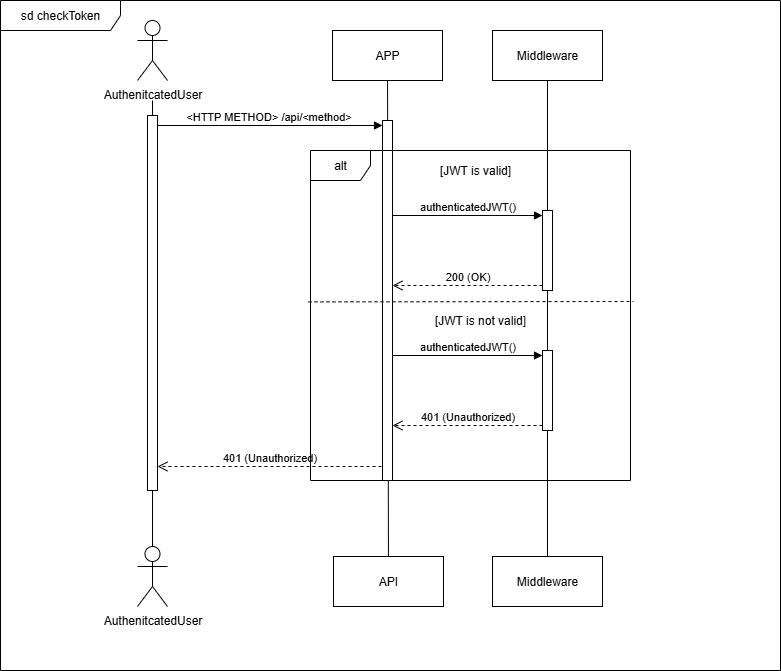
Above: public/SequenceDiagram-checkToken.png in teampa-25/core (draw.io), before the change. Source tidied: cells renumbered, new cells last; positions are measured from the earlier drawing's top-left corner, leaving out a move shared by most shapes. The source it was exported from:
```xml
<mxGraphModel>
  <root>
    <mxCell id="0" />
    <mxCell id="1" parent="0" />
    <mxCell id="2" value="AuthenitcatedUser" style="shape=umlActor;verticalLabelPosition=bottom;verticalAlign=top;html=1;" parent="1" vertex="1">
      <mxGeometry x="137" y="20" width="30" height="60" as="geometry" />
    </mxCell>
    <mxCell id="3" style="rounded=0;jettySize=auto;html=1;endArrow=none;endFill=0;" parent="1" edge="1" source="4" target="9">
      <mxGeometry relative="1" as="geometry" />
    </mxCell>
    <mxCell id="4" value="APP" style="html=1;whiteSpace=wrap;" parent="1" vertex="1">
      <mxGeometry x="332" y="30" width="110" height="50" as="geometry" />
    </mxCell>
    <mxCell id="5" style="rounded=0;jettySize=auto;html=1;endArrow=none;endFill=0;" parent="1" edge="1" source="23" target="10">
      <mxGeometry relative="1" as="geometry" />
    </mxCell>
    <mxCell id="6" value="Middleware" style="html=1;whiteSpace=wrap;" parent="1" vertex="1">
      <mxGeometry x="492" y="30" width="110" height="50" as="geometry" />
    </mxCell>
    <mxCell id="7" value="AuthenitcatedUser" style="shape=umlActor;verticalLabelPosition=bottom;verticalAlign=top;html=1;" parent="1" vertex="1">
      <mxGeometry x="137" y="546" width="30" height="60" as="geometry" />
    </mxCell>
    <mxCell id="8" style="rounded=0;jettySize=auto;html=1;endArrow=none;endFill=0;entryX=0.5;entryY=0;entryDx=0;entryDy=0;entryPerimeter=0;exitX=0.5;exitY=0.962;exitDx=0;exitDy=0;exitPerimeter=0;" parent="1" edge="1" source="14" target="7">
      <mxGeometry relative="1" as="geometry" />
    </mxCell>
    <mxCell id="9" value="API" style="html=1;whiteSpace=wrap;" parent="1" vertex="1">
      <mxGeometry x="333" y="556" width="110" height="50" as="geometry" />
    </mxCell>
    <mxCell id="10" value="Middleware" style="html=1;whiteSpace=wrap;" parent="1" vertex="1">
      <mxGeometry x="492" y="556" width="110" height="50" as="geometry" />
    </mxCell>
    <mxCell id="11" style="html=1;points=[[0,0,0,0,5],[0,1,0,0,-5],[1,0,0,0,5],[1,1,0,0,-5]];perimeter=orthogonalPerimeter;outlineConnect=0;targetShapes=umlLifeline;portConstraint=eastwest;newEdgeStyle={&quot;curved&quot;:0,&quot;rounded&quot;:0};" parent="1" vertex="1">
      <mxGeometry x="382" y="120" width="10" height="360" as="geometry" />
    </mxCell>
    <mxCell id="12" value="&amp;lt;HTTP METHOD&amp;gt; /api/&amp;lt;method&amp;gt;" style="html=1;verticalAlign=bottom;endArrow=block;curved=0;rounded=0;entryX=0;entryY=0;entryDx=0;entryDy=5;" parent="1" edge="1" target="11">
      <mxGeometry relative="1" as="geometry">
        <mxPoint x="153" y="125" as="sourcePoint" />
      </mxGeometry>
    </mxCell>
    <mxCell id="13" style="rounded=0;jettySize=auto;html=1;endArrow=none;endFill=0;entryX=0.5;entryY=0;entryDx=0;entryDy=0;entryPerimeter=0;" parent="1" edge="1" target="14">
      <mxGeometry relative="1" as="geometry">
        <mxPoint x="152" y="100" as="sourcePoint" />
      </mxGeometry>
    </mxCell>
    <mxCell id="14" style="html=1;points=[[0,0,0,0,5],[0,1,0,0,-5],[1,0,0,0,5],[1,1,0,0,-5]];perimeter=orthogonalPerimeter;outlineConnect=0;targetShapes=umlLifeline;portConstraint=eastwest;newEdgeStyle={&quot;curved&quot;:0,&quot;rounded&quot;:0};" parent="1" vertex="1">
      <mxGeometry x="147" y="115" width="10" height="375" as="geometry" />
    </mxCell>
    <mxCell id="15" value="401 (Unauthorized)" style="html=1;verticalAlign=bottom;endArrow=open;dashed=1;endSize=8;curved=0;rounded=0;" parent="1" edge="1" target="14">
      <mxGeometry relative="1" as="geometry">
        <mxPoint x="381" y="466" as="sourcePoint" />
      </mxGeometry>
    </mxCell>
    <mxCell id="16" value="alt" style="shape=umlFrame;whiteSpace=wrap;html=1;" parent="1" vertex="1">
      <mxGeometry x="310" y="150" width="320" height="330" as="geometry" />
    </mxCell>
    <mxCell id="17" value="[JWT is valid]" style="text;html=1;align=center;verticalAlign=middle;whiteSpace=wrap;rounded=0;" parent="1" vertex="1">
      <mxGeometry x="430" y="160" width="90" height="20" as="geometry" />
    </mxCell>
    <mxCell id="18" value="[JWT is not valid]" style="text;html=1;align=center;verticalAlign=middle;whiteSpace=wrap;rounded=0;" parent="1" vertex="1">
      <mxGeometry x="430" y="310" width="100" height="20" as="geometry" />
    </mxCell>
    <mxCell id="19" style="endArrow=none;dashed=1;html=1;rounded=0;exitX=0;exitY=0.522;exitDx=0;exitDy=0;exitPerimeter=0;" parent="1" edge="1">
      <mxGeometry relative="1" as="geometry">
        <mxPoint x="308" y="301.4" as="sourcePoint" />
        <mxPoint x="633" y="301" as="targetPoint" />
      </mxGeometry>
    </mxCell>
    <mxCell id="20" value="authenticatedJWT()" style="html=1;verticalAlign=bottom;endArrow=block;curved=0;rounded=0;entryX=0;entryY=0;entryDx=0;entryDy=5;" parent="1" edge="1" target="23">
      <mxGeometry relative="1" as="geometry">
        <mxPoint x="392" y="215" as="sourcePoint" />
      </mxGeometry>
    </mxCell>
    <mxCell id="21" value="200 (OK)" style="html=1;verticalAlign=bottom;endArrow=open;dashed=1;endSize=8;curved=0;rounded=0;exitX=0;exitY=1;exitDx=0;exitDy=-5;" parent="1" edge="1" source="23">
      <mxGeometry relative="1" as="geometry">
        <mxPoint x="392" y="285" as="targetPoint" />
      </mxGeometry>
    </mxCell>
    <mxCell id="22" style="rounded=0;jettySize=auto;html=1;endArrow=none;endFill=0;" parent="1" edge="1" source="6" target="23">
      <mxGeometry relative="1" as="geometry" />
    </mxCell>
    <mxCell id="23" style="html=1;points=[[0,0,0,0,5],[0,1,0,0,-5],[1,0,0,0,5],[1,1,0,0,-5]];perimeter=orthogonalPerimeter;outlineConnect=0;targetShapes=umlLifeline;portConstraint=eastwest;newEdgeStyle={&quot;curved&quot;:0,&quot;rounded&quot;:0};" parent="1" vertex="1">
      <mxGeometry x="542" y="210" width="10" height="80" as="geometry" />
    </mxCell>
    <mxCell id="24" style="html=1;points=[[0,0,0,0,5],[0,1,0,0,-5],[1,0,0,0,5],[1,1,0,0,-5]];perimeter=orthogonalPerimeter;outlineConnect=0;targetShapes=umlLifeline;portConstraint=eastwest;newEdgeStyle={&quot;curved&quot;:0,&quot;rounded&quot;:0};" parent="1" vertex="1">
      <mxGeometry x="542" y="350" width="10" height="80" as="geometry" />
    </mxCell>
    <mxCell id="25" value="authenticatedJWT()" style="html=1;verticalAlign=bottom;endArrow=block;curved=0;rounded=0;entryX=0;entryY=0;entryDx=0;entryDy=5;" parent="1" edge="1" source="11" target="24">
      <mxGeometry relative="1" as="geometry" />
    </mxCell>
    <mxCell id="26" value="401 (Unauthorized)" style="html=1;verticalAlign=bottom;endArrow=open;dashed=1;endSize=8;curved=0;rounded=0;exitX=0;exitY=1;exitDx=0;exitDy=-5;" parent="1" edge="1" source="24" target="11">
      <mxGeometry relative="1" as="geometry" />
    </mxCell>
    <mxCell id="27" value="sd checkToken" style="shape=umlFrame;whiteSpace=wrap;html=1;width=120;height=30;" parent="1" vertex="1">
      <mxGeometry width="780" height="670" as="geometry" />
    </mxCell>
  </root>
</mxGraphModel>
```
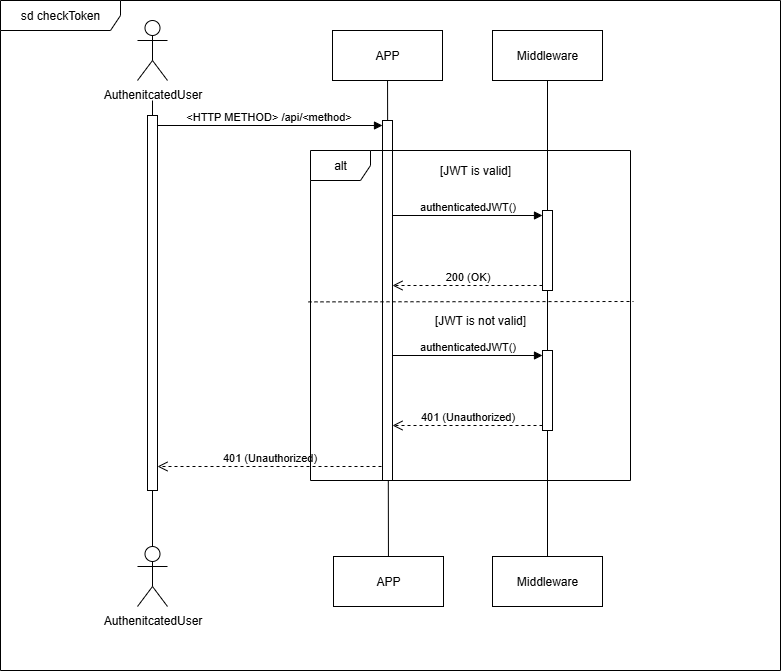
Later version of the same file.

Diff of the diagram source:
```diff
@@ -23,7 +23,7 @@
     <mxCell id="8" style="rounded=0;jettySize=auto;html=1;endArrow=none;endFill=0;entryX=0.5;entryY=0;entryDx=0;entryDy=0;entryPerimeter=0;exitX=0.5;exitY=0.962;exitDx=0;exitDy=0;exitPerimeter=0;" parent="1" edge="1" source="14" target="7">
       <mxGeometry relative="1" as="geometry" />
     </mxCell>
-    <mxCell id="9" value="API" style="html=1;whiteSpace=wrap;" parent="1" vertex="1">
+    <mxCell id="9" value="APP" style="html=1;whiteSpace=wrap;" parent="1" vertex="1">
       <mxGeometry x="333" y="556" width="110" height="50" as="geometry" />
     </mxCell>
     <mxCell id="10" value="Middleware" style="html=1;whiteSpace=wrap;" parent="1" vertex="1">
```
